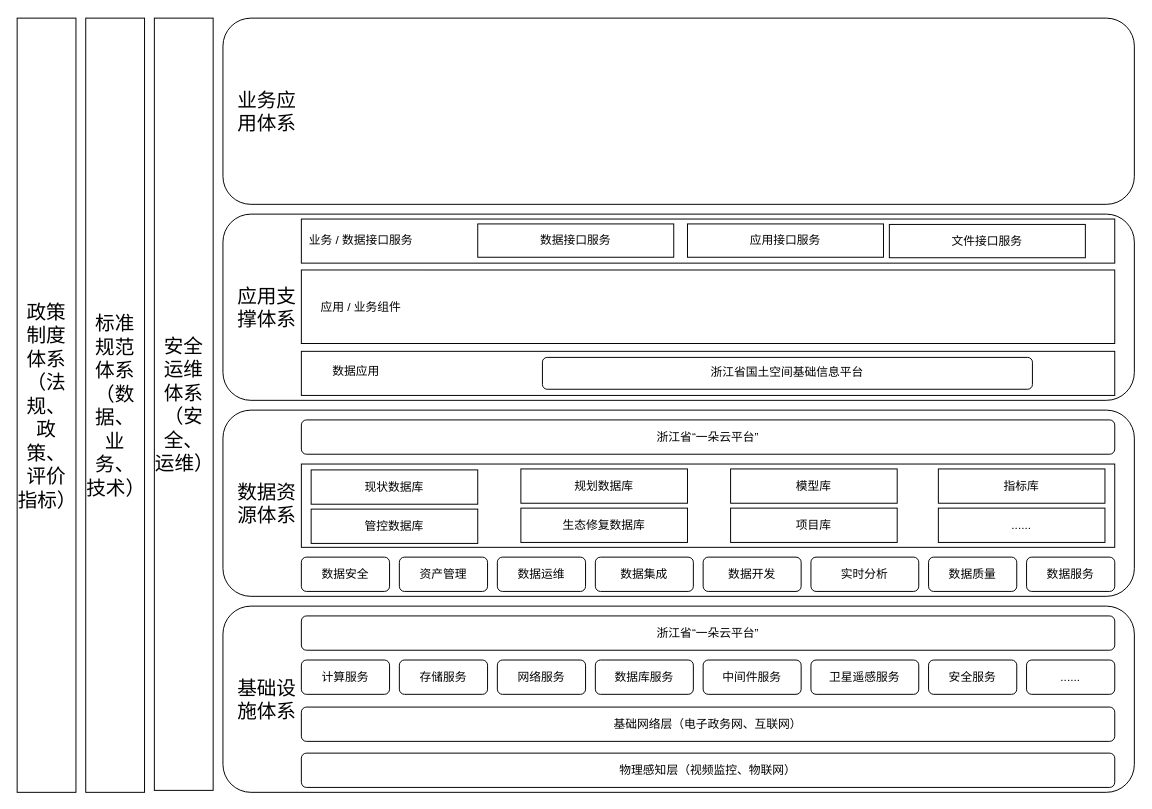
Before: page "浙江省生态修复-全域" (3 of 3) of 未命名绘图.drawio in wkb488/test, a draw.io diagram. Source tidied: cells renumbered, new cells numbered last; positions are measured from the earlier drawing's top-left corner, leaving out a move shared by most shapes. Both pictures are drawn from the tidied source at 98%, with x=0, y=0 at pixel (17, 18).
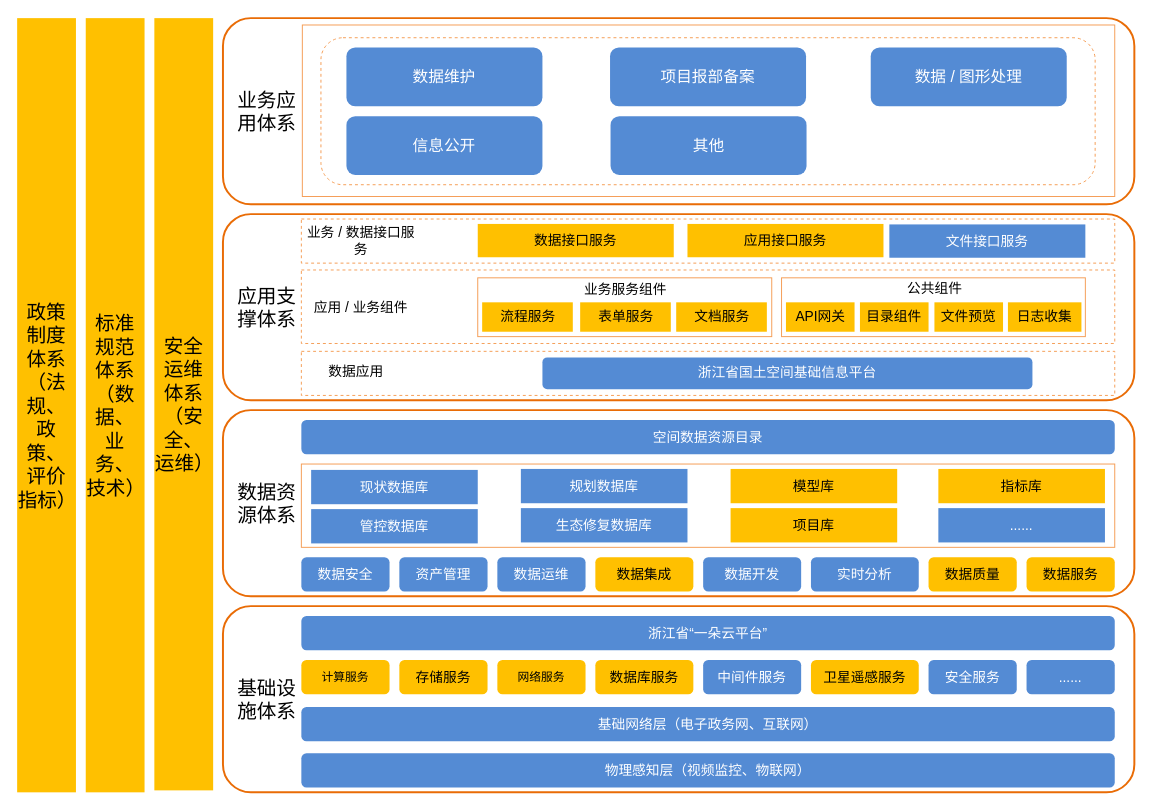
After the change.

Commit message:
更新未命名绘图.drawio

What changed in the source:
```diff
@@
-    <mxCell id="2" value="&lt;font style=&quot;font-size: 20px;&quot;&gt;政策制度体系（法规、政策、评价指标）&lt;/font&gt;" style="rounded=0;whiteSpace=wrap;html=1;" parent="1" vertex="1">
+    <mxCell id="2" value="&lt;font style=&quot;font-size: 20px;&quot;&gt;政策制度体系（法规、政策、评价指标）&lt;/font&gt;" style="rounded=0;whiteSpace=wrap;html=1;fillColor=#Ffc000;strokeColor=none;fontColor=#000000;" parent="1" vertex="1">
       <mxGeometry width="60" height="790" as="geometry" />
     </mxCell>
-    <mxCell id="3" value="&lt;font style=&quot;font-size: 20px;&quot;&gt;标准规范体系（数据、业务、技术）&lt;/font&gt;" style="rounded=0;whiteSpace=wrap;html=1;" parent="1" vertex="1">
+    <mxCell id="3" value="&lt;font style=&quot;font-size: 20px;&quot;&gt;标准规范体系（数据、业务、技术）&lt;/font&gt;" style="rounded=0;whiteSpace=wrap;html=1;strokeColor=none;fillColor=#FFc000;" parent="1" vertex="1">
       <mxGeometry x="70" width="60" height="790" as="geometry" />
     </mxCell>
-    <mxCell id="4" value="&lt;font style=&quot;font-size: 20px;&quot;&gt;安全运维体系（安全、运维）&lt;/font&gt;" style="rounded=0;whiteSpace=wrap;html=1;" parent="1" vertex="1">
+    <mxCell id="4" value="&lt;font style=&quot;font-size: 20px;&quot;&gt;安全运维体系（安全、运维）&lt;/font&gt;" style="rounded=0;whiteSpace=wrap;html=1;strokeColor=none;fillColor=#FFC000;" parent="1" vertex="1">
       <mxGeometry x="140" width="60" height="788" as="geometry" />
     </mxCell>
-    <mxCell id="5" style="rounded=1;whiteSpace=wrap;html=1;" parent="1" vertex="1">
+    <mxCell id="5" style="rounded=1;whiteSpace=wrap;html=1;strokeColor=#e96c06;strokeWidth=2;" parent="1" vertex="1">
       <mxGeometry x="210" y="600" width="930" height="190" as="geometry" />
     </mxCell>
-    <mxCell id="6" style="rounded=1;whiteSpace=wrap;html=1;" parent="1" vertex="1">
+    <mxCell id="6" style="rounded=1;whiteSpace=wrap;html=1;strokeColor=#e96c06;strokeWidth=2;" parent="1" vertex="1">
       <mxGeometry x="210" y="400" width="930" height="190" as="geometry" />
     </mxCell>
-    <mxCell id="7" style="rounded=1;whiteSpace=wrap;html=1;" parent="1" vertex="1">
+    <mxCell id="7" style="rounded=1;whiteSpace=wrap;html=1;strokeColor=#e96c06;strokeWidth=2;" parent="1" vertex="1">
       <mxGeometry x="210" y="200" width="930" height="190" as="geometry" />
     </mxCell>
-    <mxCell id="8" style="rounded=1;whiteSpace=wrap;html=1;" parent="1" vertex="1">
+    <mxCell id="8" style="rounded=1;whiteSpace=wrap;html=1;strokeColor=#e96c06;strokeWidth=2;" parent="1" vertex="1">
       <mxGeometry x="210" width="930" height="190" as="geometry" />
     </mxCell>
@@
-    <mxCell id="10" value="物理感知层（视频监控、物联网）" style="rounded=1;whiteSpace=wrap;html=1;" parent="1" vertex="1">
+    <mxCell id="10" value="物理感知层（视频监控、物联网）" style="rounded=1;whiteSpace=wrap;html=1;fillColor=#548bd4;strokeColor=none;fontSize=14;fontColor=#FFFFFF;" parent="1" vertex="1">
       <mxGeometry x="290" y="750" width="830" height="35" as="geometry" />
     </mxCell>
-    <mxCell id="11" value="基础网络层（电子政务网、互联网）" style="rounded=1;whiteSpace=wrap;html=1;" parent="1" vertex="1">
+    <mxCell id="11" value="基础网络层（电子政务网、互联网）" style="rounded=1;whiteSpace=wrap;html=1;fillColor=#548BD4;strokeColor=none;fontSize=14;fontColor=#FFFFFF;" parent="1" vertex="1">
       <mxGeometry x="290" y="703" width="830" height="35" as="geometry" />
     </mxCell>
-    <mxCell id="12" value="浙江省“一朵云平台”" style="rounded=1;whiteSpace=wrap;html=1;" parent="1" vertex="1">
+    <mxCell id="12" value="浙江省“一朵云平台”" style="rounded=1;whiteSpace=wrap;html=1;fillColor=#548BD4;strokeColor=none;fontSize=14;fontColor=#FFFFFF;" parent="1" vertex="1">
       <mxGeometry x="290" y="610" width="830" height="35" as="geometry" />
     </mxCell>
-    <mxCell id="13" style="group;" parent="1" vertex="1">
+    <mxCell id="13" style="group;fontSize=14;fontColor=#FFFFFF;" parent="1" vertex="1">
       <mxGeometry x="290" y="655" width="830" height="35" as="geometry" />
     </mxCell>
@@
-    <mxCell id="15" value="计算服务" style="rounded=1;whiteSpace=wrap;html=1;" parent="13" vertex="1">
+    <mxCell id="15" value="计算服务" style="rounded=1;whiteSpace=wrap;html=1;fillColor=#FFC000;strokeColor=none;" parent="13" vertex="1">
       <mxGeometry width="90" height="35" as="geometry" />
     </mxCell>
-    <mxCell id="16" value="存储服务" style="rounded=1;whiteSpace=wrap;html=1;" parent="13" vertex="1">
+    <mxCell id="16" value="存储服务" style="rounded=1;whiteSpace=wrap;html=1;fillColor=#FFC000;strokeColor=none;fontSize=14;" parent="13" vertex="1">
       <mxGeometry x="100" width="90" height="35" as="geometry" />
     </mxCell>
-    <mxCell id="17" value="网络服务" style="rounded=1;whiteSpace=wrap;html=1;" parent="13" vertex="1">
+    <mxCell id="17" value="网络服务" style="rounded=1;whiteSpace=wrap;html=1;fillColor=#FFC000;strokeColor=none;" parent="13" vertex="1">
       <mxGeometry x="200" width="90" height="35" as="geometry" />
     </mxCell>
-    <mxCell id="18" value="数据库服务" style="rounded=1;whiteSpace=wrap;html=1;" parent="13" vertex="1">
+    <mxCell id="18" value="数据库服务" style="rounded=1;whiteSpace=wrap;html=1;fillColor=#FFC000;strokeColor=none;fontSize=14;" parent="13" vertex="1">
       <mxGeometry x="300" width="100" height="35" as="geometry" />
     </mxCell>
-    <mxCell id="19" value="中间件服务" style="rounded=1;whiteSpace=wrap;html=1;" parent="13" vertex="1">
+    <mxCell id="19" value="中间件服务" style="rounded=1;whiteSpace=wrap;html=1;fillColor=#548BD4;strokeColor=none;fontSize=14;fontColor=#FFFFFF;" parent="13" vertex="1">
       <mxGeometry x="410" width="100" height="35" as="geometry" />
     </mxCell>
-    <mxCell id="20" value="卫星遥感服务" style="rounded=1;whiteSpace=wrap;html=1;" parent="13" vertex="1">
+    <mxCell id="20" value="卫星遥感服务" style="rounded=1;whiteSpace=wrap;html=1;fillColor=#FFC000;strokeColor=none;fontSize=14;" parent="13" vertex="1">
       <mxGeometry x="520" width="110" height="35" as="geometry" />
     </mxCell>
-    <mxCell id="21" value="安全服务" style="rounded=1;whiteSpace=wrap;html=1;" parent="13" vertex="1">
+    <mxCell id="21" value="安全服务" style="rounded=1;whiteSpace=wrap;html=1;fillColor=#548BD4;strokeColor=none;fontSize=14;fontColor=#FFFFFF;" parent="13" vertex="1">
       <mxGeometry x="640" width="90" height="35" as="geometry" />
     </mxCell>
-    <mxCell id="22" value="......" style="rounded=1;whiteSpace=wrap;html=1;" parent="13" vertex="1">
+    <mxCell id="22" value="......" style="rounded=1;whiteSpace=wrap;html=1;fillColor=#548BD4;strokeColor=none;fontSize=14;fontColor=#FFFFFF;" parent="13" vertex="1">
       <mxGeometry x="740" width="90" height="35" as="geometry" />
     </mxCell>
-    <mxCell id="23" style="group;" parent="1" vertex="1">
+    <mxCell id="23" style="group;fontSize=14;fontColor=#FFFFFF;" parent="1" vertex="1">
       <mxGeometry x="290" y="550" width="830" height="35" as="geometry" />
     </mxCell>
@@
-    <mxCell id="25" value="数据安全" style="rounded=1;whiteSpace=wrap;html=1;" parent="23" vertex="1">
+    <mxCell id="25" value="数据安全" style="rounded=1;whiteSpace=wrap;html=1;fillColor=#548BD4;strokeColor=none;fontSize=14;fontColor=#FFFFFF;" parent="23" vertex="1">
       <mxGeometry width="90" height="35" as="geometry" />
     </mxCell>
-    <mxCell id="26" value="资产管理" style="rounded=1;whiteSpace=wrap;html=1;" parent="23" vertex="1">
+    <mxCell id="26" value="资产管理" style="rounded=1;whiteSpace=wrap;html=1;fillColor=#548BD4;strokeColor=none;fontSize=14;fontColor=#FFFFFF;" parent="23" vertex="1">
       <mxGeometry x="100" width="90" height="35" as="geometry" />
     </mxCell>
-    <mxCell id="27" value="数据运维" style="rounded=1;whiteSpace=wrap;html=1;" parent="23" vertex="1">
+    <mxCell id="27" value="数据运维" style="rounded=1;whiteSpace=wrap;html=1;fillColor=#548BD4;strokeColor=none;fontSize=14;fontColor=#FFFFFF;" parent="23" vertex="1">
       <mxGeometry x="200" width="90" height="35" as="geometry" />
     </mxCell>
-    <mxCell id="28" value="数据集成" style="rounded=1;whiteSpace=wrap;html=1;" parent="23" vertex="1">
+    <mxCell id="28" value="数据集成" style="rounded=1;whiteSpace=wrap;html=1;fillColor=#FFC000;strokeColor=none;fontSize=14;" parent="23" vertex="1">
       <mxGeometry x="300" width="100" height="35" as="geometry" />
     </mxCell>
-    <mxCell id="29" value="数据开发" style="rounded=1;whiteSpace=wrap;html=1;" parent="23" vertex="1">
+    <mxCell id="29" value="数据开发" style="rounded=1;whiteSpace=wrap;html=1;fillColor=#548BD4;strokeColor=none;fontSize=14;fontColor=#FFFFFF;" parent="23" vertex="1">
       <mxGeometry x="410" width="100" height="35" as="geometry" />
     </mxCell>
-    <mxCell id="30" value="实时分析" style="rounded=1;whiteSpace=wrap;html=1;" parent="23" vertex="1">
+    <mxCell id="30" value="实时分析" style="rounded=1;whiteSpace=wrap;html=1;fillColor=#548BD4;strokeColor=none;fontSize=14;fontColor=#FFFFFF;" parent="23" vertex="1">
       <mxGeometry x="520" width="110" height="35" as="geometry" />
     </mxCell>
-    <mxCell id="31" value="数据质量" style="rounded=1;whiteSpace=wrap;html=1;" parent="23" vertex="1">
+    <mxCell id="31" value="数据质量" style="rounded=1;whiteSpace=wrap;html=1;fillColor=#FFC000;strokeColor=none;fontSize=14;" parent="23" vertex="1">
       <mxGeometry x="640" width="90" height="35" as="geometry" />
     </mxCell>
-    <mxCell id="32" value="数据服务" style="rounded=1;whiteSpace=wrap;html=1;" parent="23" vertex="1">
+    <mxCell id="32" value="数据服务" style="rounded=1;whiteSpace=wrap;html=1;fillColor=#FFC000;strokeColor=none;fontSize=14;" parent="23" vertex="1">
       <mxGeometry x="740" width="90" height="35" as="geometry" />
     </mxCell>
@@
-    <mxCell id="36" value="浙江省“一朵云平台”" style="rounded=1;whiteSpace=wrap;html=1;" parent="1" vertex="1">
+    <mxCell id="36" value="空间数据资源目录" style="rounded=1;whiteSpace=wrap;html=1;fillColor=#548BD4;strokeColor=none;fontSize=14;fontColor=#FFFFFF;" parent="1" vertex="1">
       <mxGeometry x="290" y="410" width="830" height="35" as="geometry" />
     </mxCell>
-    <mxCell id="37" style="rounded=0;whiteSpace=wrap;html=1;" parent="1" vertex="1">
+    <mxCell id="37" style="rounded=0;whiteSpace=wrap;html=1;strokeColor=#f59e57;" parent="1" vertex="1">
       <mxGeometry x="290" y="455" width="830" height="85" as="geometry" />
     </mxCell>
-    <mxCell id="38" value="现状数据库" style="rounded=0;whiteSpace=wrap;html=1;" parent="1" vertex="1">
+    <mxCell id="38" value="现状数据库" style="rounded=0;whiteSpace=wrap;html=1;fillColor=#548BD4;strokeColor=none;fontSize=14;fontColor=#FFFFFF;" parent="1" vertex="1">
       <mxGeometry x="300" y="461" width="170" height="35" as="geometry" />
     </mxCell>
-    <mxCell id="39" value="管控数据库" style="rounded=0;whiteSpace=wrap;html=1;" parent="1" vertex="1">
+    <mxCell id="39" value="管控数据库" style="rounded=0;whiteSpace=wrap;html=1;fillColor=#548BD4;strokeColor=none;fontSize=14;fontColor=#FFFFFF;" parent="1" vertex="1">
       <mxGeometry x="300" y="501" width="170" height="35" as="geometry" />
     </mxCell>
-    <mxCell id="40" value="规划数据库" style="rounded=0;whiteSpace=wrap;html=1;" parent="1" vertex="1">
+    <mxCell id="40" value="规划数据库" style="rounded=0;whiteSpace=wrap;html=1;fillColor=#548BD4;strokeColor=none;fontSize=14;fontColor=#FFFFFF;" parent="1" vertex="1">
       <mxGeometry x="514" y="460" width="170" height="35" as="geometry" />
     </mxCell>
-    <mxCell id="41" value="生态修复数据库" style="rounded=0;whiteSpace=wrap;html=1;" parent="1" vertex="1">
+    <mxCell id="41" value="生态修复数据库" style="rounded=0;whiteSpace=wrap;html=1;fillColor=#548BD4;strokeColor=none;fontSize=14;fontColor=#FFFFFF;" parent="1" vertex="1">
       <mxGeometry x="514" y="500" width="170" height="35" as="geometry" />
     </mxCell>
-    <mxCell id="42" value="模型库" style="rounded=0;whiteSpace=wrap;html=1;" parent="1" vertex="1">
+    <mxCell id="42" value="模型库" style="rounded=0;whiteSpace=wrap;html=1;fillColor=#FFC000;strokeColor=none;fontSize=14;" parent="1" vertex="1">
       <mxGeometry x="728" y="460" width="170" height="35" as="geometry" />
     </mxCell>
-    <mxCell id="43" value="项目库" style="rounded=0;whiteSpace=wrap;html=1;" parent="1" vertex="1">
+    <mxCell id="43" value="项目库" style="rounded=0;whiteSpace=wrap;html=1;fillColor=#FFC000;strokeColor=none;fontSize=14;" parent="1" vertex="1">
       <mxGeometry x="728" y="500" width="170" height="35" as="geometry" />
     </mxCell>
-    <mxCell id="44" value="指标库" style="rounded=0;whiteSpace=wrap;html=1;" parent="1" vertex="1">
+    <mxCell id="44" value="指标库" style="rounded=0;whiteSpace=wrap;html=1;fillColor=#FFC000;strokeColor=none;fontSize=14;" parent="1" vertex="1">
       <mxGeometry x="940" y="460" width="170" height="35" as="geometry" />
     </mxCell>
-    <mxCell id="45" value="......" style="rounded=0;whiteSpace=wrap;html=1;" parent="1" vertex="1">
+    <mxCell id="45" value="......" style="rounded=0;whiteSpace=wrap;html=1;fillColor=#548BD4;strokeColor=none;fontSize=14;fontColor=#FFFFFF;" parent="1" vertex="1">
       <mxGeometry x="940" y="500" width="170" height="35" as="geometry" />
     </mxCell>
-    <mxCell id="46" style="rounded=0;whiteSpace=wrap;html=1;" parent="1" vertex="1">
+    <mxCell id="46" style="rounded=0;whiteSpace=wrap;html=1;dashed=1;strokeColor=#f59e57;" parent="1" vertex="1">
       <mxGeometry x="290" y="340" width="830" height="45" as="geometry" />
     </mxCell>
-    <mxCell id="47" value="数据应用" style="rounded=0;whiteSpace=wrap;html=1;strokeColor=none;" parent="1" vertex="1">
+    <mxCell id="47" value="数据应用" style="rounded=0;whiteSpace=wrap;html=1;strokeColor=none;fontSize=14;" parent="1" vertex="1">
       <mxGeometry x="291" y="341" width="110" height="40" as="geometry" />
     </mxCell>
-    <mxCell id="48" value="浙江省国土空间基础信息平台" style="rounded=1;whiteSpace=wrap;html=1;" parent="1" vertex="1">
+    <mxCell id="48" value="浙江省国土空间基础信息平台" style="rounded=1;whiteSpace=wrap;html=1;fillColor=#548BD4;strokeColor=none;fontSize=14;fontColor=#FFFFFF;" parent="1" vertex="1">
       <mxGeometry x="536" y="346.2" width="500" height="32.5" as="geometry" />
     </mxCell>
-    <mxCell id="49" style="rounded=0;whiteSpace=wrap;html=1;" parent="1" vertex="1">
+    <mxCell id="49" style="rounded=0;whiteSpace=wrap;html=1;dashed=1;strokeColor=#f59e57;" parent="1" vertex="1">
       <mxGeometry x="290" y="257" width="830" height="75" as="geometry" />
     </mxCell>
-    <mxCell id="50" style="rounded=0;whiteSpace=wrap;html=1;" parent="1" vertex="1">
+    <mxCell id="50" style="rounded=0;whiteSpace=wrap;html=1;dashed=1;strokeColor=#f59e57;" parent="1" vertex="1">
       <mxGeometry x="290" y="205" width="830" height="45" as="geometry" />
     </mxCell>
-    <mxCell id="51" value="应用 / 业务组件" style="rounded=0;whiteSpace=wrap;html=1;strokeColor=none;" parent="1" vertex="1">
+    <mxCell id="51" value="应用 / 业务组件" style="rounded=0;whiteSpace=wrap;html=1;strokeColor=none;fontSize=14;" parent="1" vertex="1">
       <mxGeometry x="291" y="258" width="120" height="73" as="geometry" />
     </mxCell>
-    <mxCell id="52" value="业务 / 数据接口服务" style="rounded=0;whiteSpace=wrap;html=1;strokeColor=none;" parent="1" vertex="1">
+    <mxCell id="52" value="业务 / 数据接口服务" style="rounded=0;whiteSpace=wrap;html=1;strokeColor=none;fontSize=14;" parent="1" vertex="1">
       <mxGeometry x="291" y="206" width="120" height="42" as="geometry" />
     </mxCell>
-    <mxCell id="53" value="数据接口服务" style="rounded=0;whiteSpace=wrap;html=1;" parent="1" vertex="1">
+    <mxCell id="53" value="数据接口服务" style="rounded=0;whiteSpace=wrap;html=1;fillColor=#FFC000;strokeColor=none;fontSize=14;" parent="1" vertex="1">
       <mxGeometry x="470" y="210" width="200" height="34" as="geometry" />
     </mxCell>
-    <mxCell id="54" value="文件接口服务" style="rounded=0;whiteSpace=wrap;html=1;" parent="1" vertex="1">
+    <mxCell id="54" value="文件接口服务" style="rounded=0;whiteSpace=wrap;html=1;fillColor=#548BD4;strokeColor=none;fontSize=14;fontColor=#FFFFFF;" parent="1" vertex="1">
       <mxGeometry x="890" y="210.5" width="200" height="34" as="geometry" />
     </mxCell>
-    <mxCell id="55" value="应用接口服务" style="rounded=0;whiteSpace=wrap;html=1;" parent="1" vertex="1">
+    <mxCell id="55" value="应用接口服务" style="rounded=0;whiteSpace=wrap;html=1;fillColor=#FFC000;strokeColor=none;fontSize=14;" parent="1" vertex="1">
       <mxGeometry x="684" y="210" width="200" height="34" as="geometry" />
     </mxCell>
+    <mxCell id="56" style="rounded=0;whiteSpace=wrap;html=1;strokeColor=#f59e57;" parent="1" vertex="1">
+      <mxGeometry x="470" y="265" width="300" height="60" as="geometry" />
+    </mxCell>
+    <mxCell id="57" value="业务服务组件" style="rounded=0;whiteSpace=wrap;html=1;strokeColor=none;fontSize=14;" parent="1" vertex="1">
+      <mxGeometry x="477.5" y="267" width="285.5" height="19" as="geometry" />
+    </mxCell>
+    <mxCell id="58" value="流程服务" style="rounded=0;whiteSpace=wrap;html=1;fillColor=#FFC000;strokeColor=none;fontSize=14;" parent="1" vertex="1">
+      <mxGeometry x="474.5" y="290" width="92.5" height="30" as="geometry" />
+    </mxCell>
+    <mxCell id="59" value="表单服务" style="rounded=0;whiteSpace=wrap;html=1;fillColor=#FFC000;strokeColor=none;fontSize=14;" parent="1" vertex="1">
+      <mxGeometry x="574.5" y="290" width="92.5" height="30" as="geometry" />
+    </mxCell>
+    <mxCell id="60" value="文档服务" style="rounded=0;whiteSpace=wrap;html=1;fillColor=#FFC000;strokeColor=none;fontSize=14;" parent="1" vertex="1">
+      <mxGeometry x="672.5" y="290" width="92.5" height="30" as="geometry" />
+    </mxCell>
+    <mxCell id="61" style="rounded=0;whiteSpace=wrap;html=1;strokeColor=#f59e57;" parent="1" vertex="1">
+      <mxGeometry x="780" y="265" width="310" height="60" as="geometry" />
+    </mxCell>
+    <mxCell id="62" value="公共组件" style="rounded=0;whiteSpace=wrap;html=1;strokeColor=none;fontSize=14;" parent="1" vertex="1">
+      <mxGeometry x="789.5" y="270" width="292.5" height="11" as="geometry" />
+    </mxCell>
+    <mxCell id="63" value="API网关" style="rounded=0;whiteSpace=wrap;html=1;fillColor=#FFC000;strokeColor=none;fontSize=14;" parent="1" vertex="1">
+      <mxGeometry x="784.5" y="290" width="70" height="30" as="geometry" />
+    </mxCell>
+    <mxCell id="64" value="目录组件" style="rounded=0;whiteSpace=wrap;html=1;fillColor=#FFC000;strokeColor=none;fontSize=14;" parent="1" vertex="1">
+      <mxGeometry x="860" y="290" width="70" height="30" as="geometry" />
+    </mxCell>
+    <mxCell id="65" value="日志收集" style="rounded=0;whiteSpace=wrap;html=1;fillColor=#FFC000;strokeColor=none;fontSize=14;" parent="1" vertex="1">
+      <mxGeometry x="1011" y="290" width="75" height="30" as="geometry" />
+    </mxCell>
+    <mxCell id="66" value="文件预览" style="rounded=0;whiteSpace=wrap;html=1;fillColor=#FFC000;strokeColor=none;fontSize=14;" parent="1" vertex="1">
+      <mxGeometry x="936" y="290" width="70" height="30" as="geometry" />
+    </mxCell>
+    <mxCell id="67" style="rounded=0;whiteSpace=wrap;html=1;strokeColor=#f59e57;" parent="1" vertex="1">
+      <mxGeometry x="291" y="7" width="829" height="175" as="geometry" />
+    </mxCell>
+    <mxCell id="68" style="rounded=1;whiteSpace=wrap;html=1;dashed=1;strokeColor=#f59e57;" parent="1" vertex="1">
+      <mxGeometry x="310" y="20" width="790" height="150" as="geometry" />
+    </mxCell>
+    <mxCell id="69" value="数据维护" style="rounded=1;html=1;fontColor=#FFFFFF;whiteSpace=wrap;strokeColor=none;fillColor=#548BD4;fontSize=16;" parent="1" vertex="1">
+      <mxGeometry x="336" y="30" width="200" height="60" as="geometry" />
+    </mxCell>
+    <mxCell id="70" value="数据 / 图形处理" style="rounded=1;html=1;fontColor=#FFFFFF;whiteSpace=wrap;strokeColor=none;fillColor=#548BD4;fontSize=16;" parent="1" vertex="1">
+      <mxGeometry x="871" y="30" width="200" height="60" as="geometry" />
+    </mxCell>
+    <mxCell id="71" value="项目报部备案" style="rounded=1;html=1;fontColor=#FFFFFF;whiteSpace=wrap;strokeColor=none;fillColor=#548BD4;fontSize=16;" parent="1" vertex="1">
+      <mxGeometry x="605" y="30" width="200" height="60" as="geometry" />
+    </mxCell>
+    <mxCell id="72" value="其他" style="rounded=1;html=1;fontColor=#FFFFFF;whiteSpace=wrap;strokeColor=none;fillColor=#548BD4;fontSize=16;" parent="1" vertex="1">
+      <mxGeometry x="605.5" y="100" width="200" height="60" as="geometry" />
+    </mxCell>
+    <mxCell id="73" value="信息公开" style="rounded=1;html=1;fontColor=#FFFFFF;whiteSpace=wrap;strokeColor=none;fillColor=#548BD4;fontSize=16;" parent="1" vertex="1">
+      <mxGeometry x="336" y="100" width="200" height="60" as="geometry" />
+    </mxCell>
```
